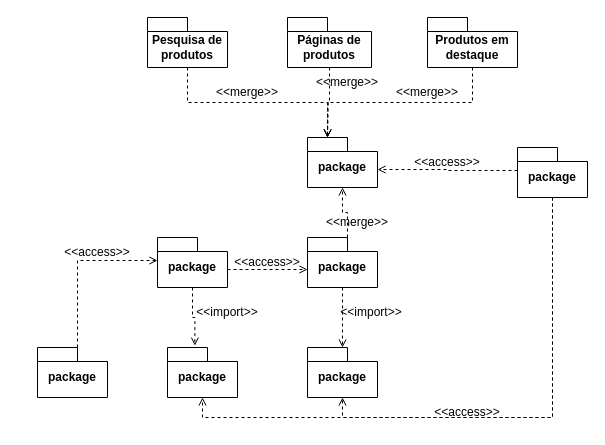
The draw.io diagram Diagrama_pacotes.drawio in davimicale/Patinho-Feio-do-Legume, before the edit. Source tidied: cells renumbered, new cells numbered last; positions are measured from the earlier drawing's top-left corner, leaving out a move shared by most shapes. Both pictures are drawn from the tidied source at 100%, with x=0, y=0 at pixel (37, 17).
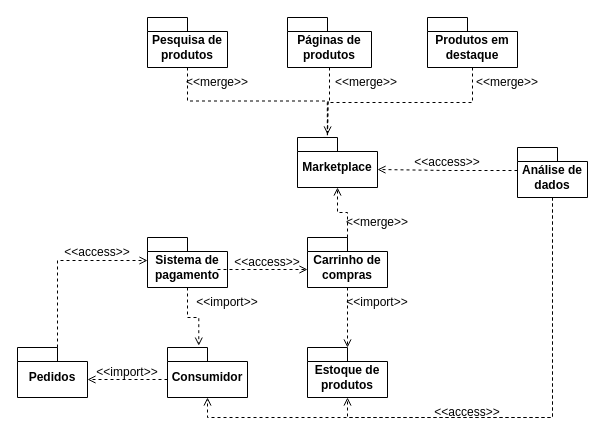
After the change.

Unchanged cells that the change refers to:
```xml
<mxCell id="2" value="Pesquisa de produtos" style="shape=folder;fontStyle=1;spacingTop=10;tabWidth=40;tabHeight=14;tabPosition=left;html=1;whiteSpace=wrap;" parent="1" vertex="1">
  <mxGeometry x="110" width="80" height="50" as="geometry" />
</mxCell>
<mxCell id="4" value="Páginas de produtos" style="shape=folder;fontStyle=1;spacingTop=10;tabWidth=40;tabHeight=14;tabPosition=left;html=1;whiteSpace=wrap;" parent="1" vertex="1">
  <mxGeometry x="250" width="84" height="50" as="geometry" />
</mxCell>
<mxCell id="6" value="Produtos em destaque" style="shape=folder;fontStyle=1;spacingTop=10;tabWidth=40;tabHeight=14;tabPosition=left;html=1;whiteSpace=wrap;" parent="1" vertex="1">
  <mxGeometry x="390" width="90" height="50" as="geometry" />
</mxCell>
```

What changed in the source:
```diff
@@
-    <mxCell id="3" style="edgeStyle=orthogonalEdgeStyle;rounded=0;jettySize=auto;html=1;exitX=0.5;exitY=1;exitDx=0;exitDy=0;exitPerimeter=0;endArrow=open;endFill=0;dashed=1;" parent="1" edge="1" source="4">
+    <mxCell id="3" style="edgeStyle=orthogonalEdgeStyle;rounded=0;jettySize=auto;html=1;exitX=0.5;exitY=1;exitDx=0;exitDy=0;exitPerimeter=0;endArrow=baseDash;endFill=0;dashed=1;" parent="1" edge="1" source="4">
       <mxGeometry relative="1" as="geometry">
         <mxPoint x="290" y="120" as="targetPoint" />
       </mxGeometry>
     </mxCell>
@@
-    <mxCell id="5" style="edgeStyle=orthogonalEdgeStyle;rounded=0;jettySize=auto;html=1;exitX=0.5;exitY=1;exitDx=0;exitDy=0;exitPerimeter=0;dashed=1;endArrow=open;endFill=0;" parent="1" edge="1" source="6">
-      <mxGeometry relative="1" as="geometry">
-        <mxPoint x="290" y="120" as="targetPoint" />
-      </mxGeometry>
+    <mxCell id="5" style="edgeStyle=orthogonalEdgeStyle;rounded=0;jettySize=auto;html=1;exitX=0.5;exitY=1;exitDx=0;exitDy=0;exitPerimeter=0;dashed=1;endArrow=baseDash;endFill=0;entryX=0.373;entryY=0.013;entryDx=0;entryDy=0;entryPerimeter=0;" parent="1" edge="1" source="6" target="7">
+      <mxGeometry relative="1" as="geometry" />
     </mxCell>
@@
-    <mxCell id="7" value="package" style="shape=folder;fontStyle=1;spacingTop=10;tabWidth=40;tabHeight=14;tabPosition=left;html=1;whiteSpace=wrap;" parent="1" vertex="1">
-      <mxGeometry x="270" y="120" width="70" height="50" as="geometry" />
+    <mxCell id="7" value="Marketplace" style="shape=folder;fontStyle=1;spacingTop=10;tabWidth=40;tabHeight=14;tabPosition=left;html=1;whiteSpace=wrap;" parent="1" vertex="1">
+      <mxGeometry x="260" y="120" width="80" height="50" as="geometry" />
     </mxCell>
@@
-    <mxCell id="9" value="package" style="shape=folder;fontStyle=1;spacingTop=10;tabWidth=40;tabHeight=14;tabPosition=left;html=1;whiteSpace=wrap;" parent="1" vertex="1">
-      <mxGeometry x="270" y="220" width="70" height="50" as="geometry" />
+    <mxCell id="9" value="Carrinho de compras" style="shape=folder;fontStyle=1;spacingTop=10;tabWidth=40;tabHeight=14;tabPosition=left;html=1;whiteSpace=wrap;" parent="1" vertex="1">
+      <mxGeometry x="270" y="220" width="80" height="50" as="geometry" />
     </mxCell>
-    <mxCell id="10" value="package" style="shape=folder;fontStyle=1;spacingTop=10;tabWidth=40;tabHeight=14;tabPosition=left;html=1;whiteSpace=wrap;" parent="1" vertex="1">
-      <mxGeometry x="270" y="330" width="70" height="50" as="geometry" />
+    <mxCell id="10" value="Estoque de produtos" style="shape=folder;fontStyle=1;spacingTop=10;tabWidth=40;tabHeight=14;tabPosition=left;html=1;whiteSpace=wrap;" parent="1" vertex="1">
+      <mxGeometry x="270" y="330" width="80" height="50" as="geometry" />
     </mxCell>
-    <mxCell id="11" value="package" style="shape=folder;fontStyle=1;spacingTop=10;tabWidth=40;tabHeight=14;tabPosition=left;html=1;whiteSpace=wrap;" parent="1" vertex="1">
+    <mxCell id="11" value="Análise de dados" style="shape=folder;fontStyle=1;spacingTop=10;tabWidth=40;tabHeight=14;tabPosition=left;html=1;whiteSpace=wrap;" parent="1" vertex="1">
       <mxGeometry x="480" y="130" width="70" height="50" as="geometry" />
     </mxCell>
-    <mxCell id="12" value="package" style="shape=folder;fontStyle=1;spacingTop=10;tabWidth=40;tabHeight=14;tabPosition=left;html=1;whiteSpace=wrap;" parent="1" vertex="1">
-      <mxGeometry x="120" y="220" width="70" height="50" as="geometry" />
+    <mxCell id="12" value="Sistema de pagamento" style="shape=folder;fontStyle=1;spacingTop=10;tabWidth=40;tabHeight=14;tabPosition=left;html=1;whiteSpace=wrap;" parent="1" vertex="1">
+      <mxGeometry x="110" y="220" width="80" height="50" as="geometry" />
     </mxCell>
-    <mxCell id="13" value="package" style="shape=folder;fontStyle=1;spacingTop=10;tabWidth=40;tabHeight=14;tabPosition=left;html=1;whiteSpace=wrap;" parent="1" vertex="1">
-      <mxGeometry x="130" y="330" width="70" height="50" as="geometry" />
+    <mxCell id="13" value="Consumidor" style="shape=folder;fontStyle=1;spacingTop=10;tabWidth=40;tabHeight=14;tabPosition=left;html=1;whiteSpace=wrap;" parent="1" vertex="1">
+      <mxGeometry x="130" y="330" width="80" height="50" as="geometry" />
     </mxCell>
-    <mxCell id="14" value="package" style="shape=folder;fontStyle=1;spacingTop=10;tabWidth=40;tabHeight=14;tabPosition=left;html=1;whiteSpace=wrap;" parent="1" vertex="1">
-      <mxGeometry y="330" width="70" height="50" as="geometry" />
+    <mxCell id="14" value="Pedidos" style="shape=folder;fontStyle=1;spacingTop=10;tabWidth=40;tabHeight=14;tabPosition=left;html=1;whiteSpace=wrap;" parent="1" vertex="1">
+      <mxGeometry x="-20" y="330" width="70" height="50" as="geometry" />
     </mxCell>
-    <mxCell id="15" style="edgeStyle=orthogonalEdgeStyle;rounded=0;jettySize=auto;html=1;exitX=0.5;exitY=1;exitDx=0;exitDy=0;exitPerimeter=0;entryX=0;entryY=0;entryDx=20;entryDy=0;entryPerimeter=0;dashed=1;endArrow=open;endFill=0;" parent="1" edge="1" source="2" target="7">
-      <mxGeometry relative="1" as="geometry" />
+    <mxCell id="15" style="edgeStyle=orthogonalEdgeStyle;rounded=0;jettySize=auto;html=1;exitX=0.5;exitY=1;exitDx=0;exitDy=0;exitPerimeter=0;dashed=1;endArrow=open;endFill=0;" parent="1" edge="1" source="2">
+      <mxGeometry relative="1" as="geometry">
+        <mxPoint x="290" y="117" as="targetPoint" />
+      </mxGeometry>
     </mxCell>
     <mxCell id="16" value="&amp;lt;&amp;lt;merge&amp;gt;&amp;gt;" style="text;html=1;align=center;verticalAlign=middle;whiteSpace=wrap;rounded=0;" parent="1" vertex="1">
-      <mxGeometry x="360" y="60" width="60" height="30" as="geometry" />
+      <mxGeometry x="440" y="50" width="60" height="30" as="geometry" />
     </mxCell>
     <mxCell id="17" value="&amp;lt;&amp;lt;merge&amp;gt;&amp;gt;" style="text;html=1;align=center;verticalAlign=middle;whiteSpace=wrap;rounded=0;" parent="1" vertex="1">
-      <mxGeometry x="180" y="60" width="60" height="30" as="geometry" />
+      <mxGeometry x="150" y="50" width="60" height="30" as="geometry" />
     </mxCell>
     <mxCell id="18" value="&amp;lt;&amp;lt;merge&amp;gt;&amp;gt;" style="text;html=1;align=center;verticalAlign=middle;whiteSpace=wrap;rounded=0;" parent="1" vertex="1">
-      <mxGeometry x="280" y="50" width="60" height="30" as="geometry" />
+      <mxGeometry x="304" y="50" width="50" height="30" as="geometry" />
     </mxCell>
-    <mxCell id="19" style="edgeStyle=orthogonalEdgeStyle;rounded=0;jettySize=auto;html=1;exitX=0;exitY=0;exitDx=0;exitDy=23;exitPerimeter=0;entryX=0;entryY=0;entryDx=70;entryDy=32;entryPerimeter=0;dashed=1;endArrow=open;endFill=0;" parent="1" edge="1" source="11" target="7">
-      <mxGeometry relative="1" as="geometry" />
+    <mxCell id="19" style="edgeStyle=orthogonalEdgeStyle;rounded=0;jettySize=auto;html=1;exitX=0;exitY=0;exitDx=0;exitDy=23;exitPerimeter=0;dashed=1;endArrow=open;endFill=0;" parent="1" edge="1" source="11">
+      <mxGeometry relative="1" as="geometry">
+        <mxPoint x="340" y="152" as="targetPoint" />
+      </mxGeometry>
     </mxCell>
@@
     <mxCell id="22" value="&amp;lt;&amp;lt;merge&amp;gt;&amp;gt;" style="text;html=1;align=center;verticalAlign=middle;whiteSpace=wrap;rounded=0;" parent="1" vertex="1">
-      <mxGeometry x="290" y="190" width="60" height="30" as="geometry" />
+      <mxGeometry x="310" y="190" width="60" height="30" as="geometry" />
     </mxCell>
@@
     <mxCell id="31" value="&amp;lt;&amp;lt;import&amp;gt;&amp;gt;" style="text;html=1;align=center;verticalAlign=middle;whiteSpace=wrap;rounded=0;" parent="1" vertex="1">
-      <mxGeometry x="304" y="280" width="60" height="30" as="geometry" />
+      <mxGeometry x="310" y="270" width="60" height="30" as="geometry" />
     </mxCell>
     <mxCell id="32" value="&amp;lt;&amp;lt;import&amp;gt;&amp;gt;" style="text;html=1;align=center;verticalAlign=middle;whiteSpace=wrap;rounded=0;" parent="1" vertex="1">
-      <mxGeometry x="160" y="280" width="60" height="30" as="geometry" />
+      <mxGeometry x="160" y="270" width="60" height="30" as="geometry" />
     </mxCell>
+    <mxCell id="33" style="edgeStyle=orthogonalEdgeStyle;rounded=0;jettySize=auto;html=1;exitX=0;exitY=0;exitDx=0;exitDy=32;exitPerimeter=0;entryX=0;entryY=0;entryDx=70;entryDy=32;entryPerimeter=0;dashed=1;endArrow=open;endFill=0;" parent="1" edge="1" source="13" target="14">
+      <mxGeometry relative="1" as="geometry" />
+    </mxCell>
+    <mxCell id="34" value="&amp;lt;&amp;lt;import&amp;gt;&amp;gt;" style="text;html=1;align=center;verticalAlign=middle;whiteSpace=wrap;rounded=0;" parent="1" vertex="1">
+      <mxGeometry x="60" y="340" width="60" height="30" as="geometry" />
+    </mxCell>
```
